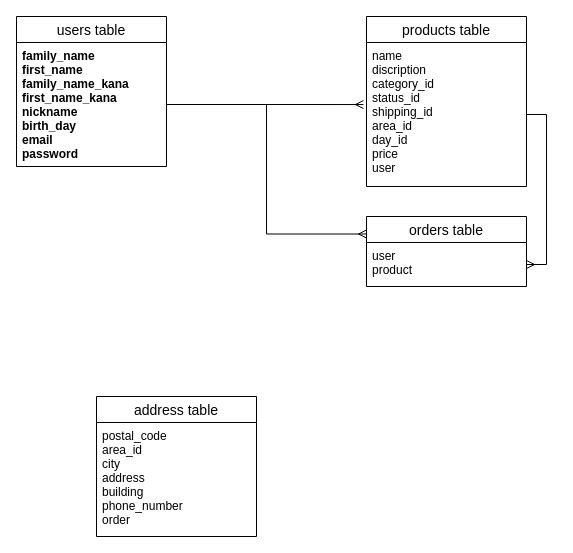
Above: furima.dio in y-kengo/furima_32847 (draw.io), before the change. Source tidied: cells renumbered, new cells numbered last; positions are measured from the earlier drawing's top-left corner, leaving out a move shared by most shapes. Both pictures are drawn from the tidied source at 100%, with x=0, y=0 at pixel (16, 16).
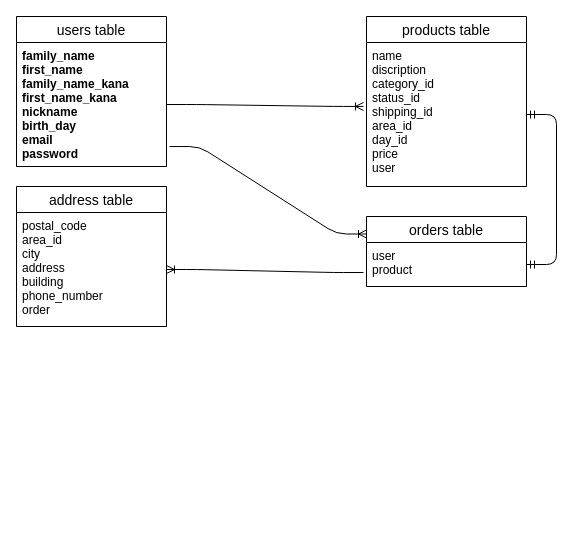
Above is the later version.

Diff of the diagram source:
```diff
@@
 <mxGraphModel>
   <root>
     <mxCell id="0" />
     <mxCell id="1" parent="0" />
     <mxCell id="2" value="users table" style="swimlane;fontStyle=0;horizontal=1;startSize=26;align=center;fontSize=14;" parent="1" vertex="1">
       <mxGeometry width="150" height="150" as="geometry" />
     </mxCell>
     <mxCell id="3" value="family_name&#10;first_name&#10;family_name_kana&#10;first_name_kana&#10;nickname&#10;birth_day&#10;email &#10;password&#10;&#10;&#10;&#10;&#10;&#10;" style="text;strokeColor=none;fillColor=none;spacingLeft=4;spacingRight=4;overflow=hidden;points=[[0,0.5],[1,0.5]];portConstraint=eastwest;fontSize=12;fontStyle=1;" parent="2" vertex="1">
       <mxGeometry y="26" width="150" height="124" as="geometry" />
     </mxCell>
     <mxCell id="4" value="products table" style="swimlane;fontStyle=0;horizontal=1;startSize=26;align=center;fontSize=14;" parent="1" vertex="1">
       <mxGeometry x="350" width="160" height="170" as="geometry" />
     </mxCell>
     <mxCell id="5" value="name&#10;discription&#10;category_id&#10;status_id&#10;shipping_id&#10;area_id&#10;day_id&#10;price&#10;user&#10;&#10;" style="text;strokeColor=none;fillColor=none;spacingLeft=4;spacingRight=4;overflow=hidden;points=[[0,0.5],[1,0.5]];portConstraint=eastwest;fontSize=12;" parent="4" vertex="1">
       <mxGeometry y="26" width="160" height="144" as="geometry" />
     </mxCell>
     <mxCell id="6" value="orders table" style="swimlane;fontStyle=0;horizontal=1;startSize=26;align=center;fontSize=14;" parent="1" vertex="1">
       <mxGeometry x="350" y="200" width="160" height="70" as="geometry" />
     </mxCell>
     <mxCell id="7" value="user&#10;product&#10;" style="text;strokeColor=none;fillColor=none;spacingLeft=4;spacingRight=4;overflow=hidden;points=[[0,0.5],[1,0.5]];portConstraint=eastwest;fontSize=12;" parent="6" vertex="1">
       <mxGeometry y="26" width="160" height="44" as="geometry" />
     </mxCell>
     <mxCell id="8" value="address table" style="swimlane;fontStyle=0;horizontal=1;startSize=26;align=center;fontSize=14;" parent="1" vertex="1">
-      <mxGeometry x="80" y="380" width="160" height="140" as="geometry" />
+      <mxGeometry y="170" width="150" height="140" as="geometry" />
     </mxCell>
     <mxCell id="9" value="postal_code&#10;area_id&#10;city&#10;address&#10;building&#10;phone_number&#10;order" style="text;strokeColor=none;fillColor=none;spacingLeft=4;spacingRight=4;overflow=hidden;points=[[0,0.5],[1,0.5]];portConstraint=eastwest;fontSize=12;" parent="8" vertex="1">
-      <mxGeometry y="26" width="160" height="114" as="geometry" />
+      <mxGeometry y="26" width="150" height="114" as="geometry" />
     </mxCell>
+    <mxCell id="13" style="edgeStyle=entityRelationEdgeStyle;fontSize=12;html=1;endArrow=ERmandOne;startArrow=ERmandOne;entryX=1;entryY=0.5;entryDx=0;entryDy=0;exitX=1;exitY=0.5;exitDx=0;exitDy=0;" parent="1" edge="1" source="7" target="5">
+      <mxGeometry relative="1" as="geometry" />
+    </mxCell>
-    <mxCell id="10" style="edgeStyle=orthogonalEdgeStyle;rounded=0;jettySize=auto;html=1;exitX=1;exitY=0.5;exitDx=0;exitDy=0;entryX=-0.019;entryY=0.431;entryDx=0;entryDy=0;entryPerimeter=0;endArrow=ERmany;endFill=0;" parent="1" edge="1" source="3" target="5">
+    <mxCell id="10" style="edgeStyle=entityRelationEdgeStyle;fontSize=12;html=1;endArrow=ERoneToMany;exitX=1;exitY=0.5;exitDx=0;exitDy=0;entryX=-0.019;entryY=0.444;entryDx=0;entryDy=0;entryPerimeter=0;" parent="1" edge="1" source="3" target="5">
       <mxGeometry relative="1" as="geometry" />
     </mxCell>
+    <mxCell id="14" style="edgeStyle=entityRelationEdgeStyle;fontSize=12;html=1;endArrow=ERoneToMany;exitX=-0.019;exitY=0.682;exitDx=0;exitDy=0;entryX=1;entryY=0.5;entryDx=0;entryDy=0;exitPerimeter=0;" parent="1" edge="1" source="7" target="9">
+      <mxGeometry relative="1" as="geometry" />
+    </mxCell>
-    <mxCell id="11" style="edgeStyle=orthogonalEdgeStyle;rounded=0;jettySize=auto;html=1;exitX=1;exitY=0.5;exitDx=0;exitDy=0;endArrow=ERmany;endFill=0;entryX=0;entryY=0.25;entryDx=0;entryDy=0;" parent="1" edge="1" source="3" target="6">
+    <mxCell id="11" style="edgeStyle=entityRelationEdgeStyle;fontSize=12;html=1;endArrow=ERoneToMany;exitX=1.02;exitY=0.839;exitDx=0;exitDy=0;exitPerimeter=0;entryX=0;entryY=0.25;entryDx=0;entryDy=0;" parent="1" edge="1" source="3" target="6">
       <mxGeometry relative="1" as="geometry" />
     </mxCell>
-    <mxCell id="12" style="edgeStyle=orthogonalEdgeStyle;rounded=0;jettySize=auto;html=1;exitX=1;exitY=0.5;exitDx=0;exitDy=0;entryX=1;entryY=0.5;entryDx=0;entryDy=0;endArrow=ERmany;endFill=0;" parent="1" edge="1" source="5" target="7">
-      <mxGeometry relative="1" as="geometry" />
-    </mxCell>
   </root>
 </mxGraphModel>
```
